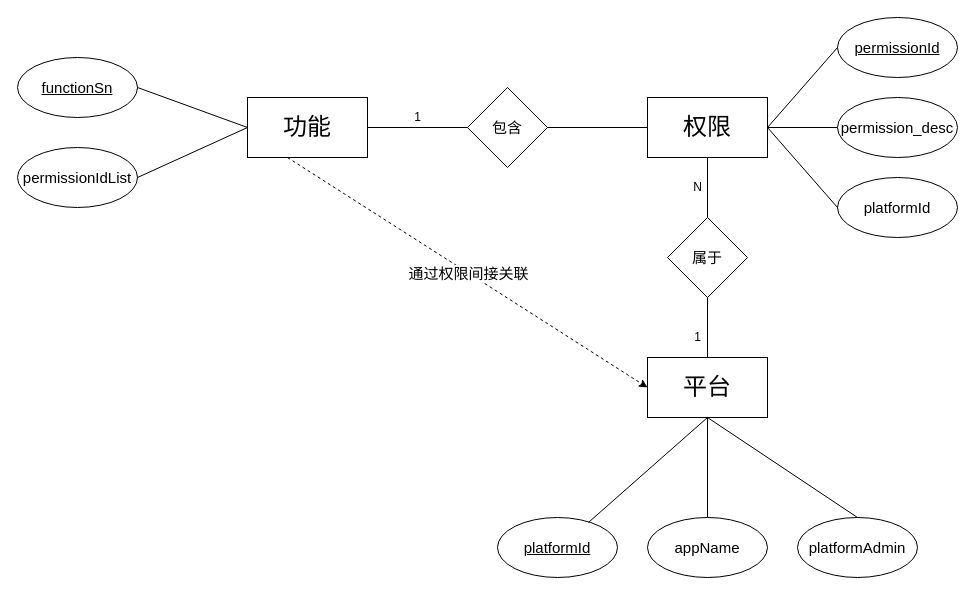
The draw.io diagram page "Page-1" (1 of 2) of Untitled Diagram.drawio in tigerchicken/2048, before the edit. Source tidied: cells renumbered, new cells numbered last; positions are measured from the earlier drawing's top-left corner, leaving out a move shared by most shapes. Both pictures are drawn from the tidied source at 100%, with x=0, y=0 at pixel (17, 17).
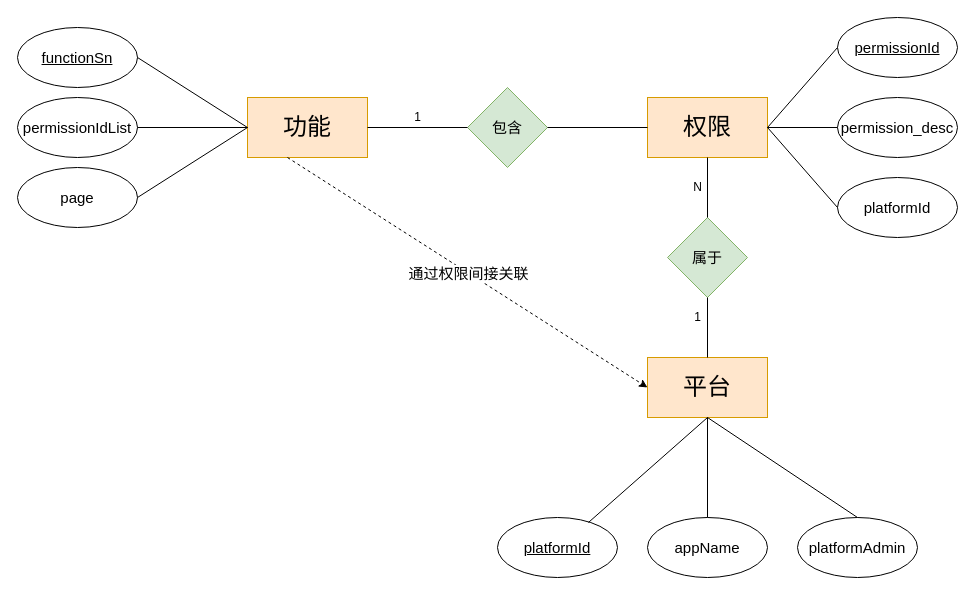
The same diagram, later.

What changed in the source:
```diff
@@
-    <mxCell id="2" value="&lt;font style=&quot;font-size: 24px&quot;&gt;平台&lt;/font&gt;" style="rounded=0;whiteSpace=wrap;html=1;" parent="1" vertex="1">
+    <mxCell id="2" value="&lt;font style=&quot;font-size: 24px&quot;&gt;平台&lt;/font&gt;" style="rounded=0;whiteSpace=wrap;html=1;fillColor=#ffe6cc;strokeColor=#d79b00;" parent="1" vertex="1">
       <mxGeometry x="630" y="340" width="120" height="60" as="geometry" />
     </mxCell>
-    <mxCell id="3" value="&lt;span style=&quot;font-size: 24px&quot;&gt;功能&lt;/span&gt;" style="rounded=0;whiteSpace=wrap;html=1;" parent="1" vertex="1">
+    <mxCell id="3" value="&lt;span style=&quot;font-size: 24px&quot;&gt;功能&lt;/span&gt;" style="rounded=0;whiteSpace=wrap;html=1;fillColor=#ffe6cc;strokeColor=#d79b00;" parent="1" vertex="1">
       <mxGeometry x="230" y="80" width="120" height="60" as="geometry" />
     </mxCell>
-    <mxCell id="4" value="&lt;span style=&quot;font-size: 24px&quot;&gt;权限&lt;/span&gt;" style="rounded=0;whiteSpace=wrap;html=1;" parent="1" vertex="1">
+    <mxCell id="4" value="&lt;span style=&quot;font-size: 24px&quot;&gt;权限&lt;/span&gt;" style="rounded=0;whiteSpace=wrap;html=1;fillColor=#ffe6cc;strokeColor=#d79b00;" parent="1" vertex="1">
       <mxGeometry x="630" y="80" width="120" height="60" as="geometry" />
     </mxCell>
@@
     <mxCell id="11" value="&lt;u&gt;&lt;font style=&quot;font-size: 15px&quot;&gt;functionSn&lt;/font&gt;&lt;/u&gt;" style="ellipse;whiteSpace=wrap;html=1;" parent="1" vertex="1">
-      <mxGeometry y="40" width="120" height="60" as="geometry" />
+      <mxGeometry y="10" width="120" height="60" as="geometry" />
     </mxCell>
     <mxCell id="12" value="&lt;font style=&quot;font-size: 15px&quot;&gt;permissionIdList&lt;/font&gt;" style="ellipse;whiteSpace=wrap;html=1;" parent="1" vertex="1">
-      <mxGeometry y="130" width="120" height="60" as="geometry" />
+      <mxGeometry y="80" width="120" height="60" as="geometry" />
     </mxCell>
-    <mxCell id="13" value="&lt;font style=&quot;font-size: 15px&quot;&gt;包含&lt;/font&gt;" style="rhombus;whiteSpace=wrap;html=1;" parent="1" vertex="1">
+    <mxCell id="13" value="&lt;font style=&quot;font-size: 15px&quot;&gt;包含&lt;/font&gt;" style="rhombus;whiteSpace=wrap;html=1;fillColor=#d5e8d4;strokeColor=#82b366;" parent="1" vertex="1">
       <mxGeometry x="450" y="70" width="80" height="80" as="geometry" />
     </mxCell>
@@
-    <mxCell id="23" value="&lt;font style=&quot;font-size: 15px&quot;&gt;属于&lt;/font&gt;" style="rhombus;whiteSpace=wrap;html=1;" parent="1" vertex="1">
+    <mxCell id="23" value="&lt;font style=&quot;font-size: 15px&quot;&gt;属于&lt;/font&gt;" style="rhombus;whiteSpace=wrap;html=1;fillColor=#d5e8d4;strokeColor=#82b366;" parent="1" vertex="1">
       <mxGeometry x="650" y="200" width="80" height="80" as="geometry" />
     </mxCell>
@@
     <mxCell id="26" value="1" style="text;html=1;align=center;verticalAlign=middle;strokeColor=none;" parent="1" vertex="1">
-      <mxGeometry x="670" y="310" width="20" height="20" as="geometry" />
+      <mxGeometry x="670" y="290" width="20" height="20" as="geometry" />
     </mxCell>
@@
+    <mxCell id="32" value="&lt;font style=&quot;font-size: 15px&quot;&gt;page&lt;/font&gt;" style="ellipse;whiteSpace=wrap;html=1;" parent="1" vertex="1">
+      <mxGeometry y="150" width="120" height="60" as="geometry" />
+    </mxCell>
+    <mxCell id="33" style="endArrow=none;html=1;fontSize=15;exitX=1;exitY=0.5;exitDx=0;exitDy=0;" parent="1" edge="1" source="32">
+      <mxGeometry relative="1" as="geometry">
+        <mxPoint x="230" y="110" as="targetPoint" />
+      </mxGeometry>
+    </mxCell>
```
